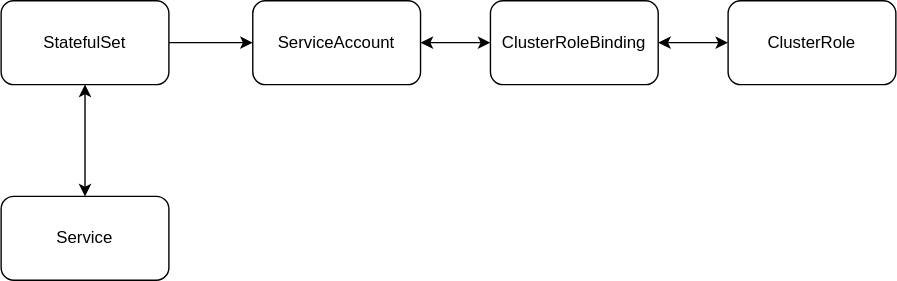
Earlier version of the draw.io export prometheus/diagram.drawio.svg (nakamasato/kubernetes-training). Source tidied: cells renumbered, new cells last; positions are measured from the earlier drawing's top-left corner, leaving out a move shared by most shapes. Source of this version:
```xml
<mxGraphModel>
  <root>
    <mxCell id="0" />
    <mxCell id="1" parent="0" />
    <mxCell id="2" style="edgeStyle=none;html=1;" parent="1" edge="1" source="4" target="6">
      <mxGeometry relative="1" as="geometry" />
    </mxCell>
    <mxCell id="3" style="edgeStyle=none;html=1;startArrow=classic;startFill=1;" parent="1" edge="1" source="4" target="10">
      <mxGeometry relative="1" as="geometry" />
    </mxCell>
    <mxCell id="4" value="StatefulSet" style="rounded=1;whiteSpace=wrap;html=1;" parent="1" vertex="1">
      <mxGeometry width="120" height="60" as="geometry" />
    </mxCell>
    <mxCell id="5" style="edgeStyle=none;html=1;startArrow=classic;startFill=1;" parent="1" edge="1" source="6" target="8">
      <mxGeometry relative="1" as="geometry" />
    </mxCell>
    <mxCell id="6" value="ServiceAccount" style="rounded=1;whiteSpace=wrap;html=1;" parent="1" vertex="1">
      <mxGeometry x="180" width="120" height="60" as="geometry" />
    </mxCell>
    <mxCell id="7" style="edgeStyle=none;html=1;startArrow=classic;startFill=1;" parent="1" edge="1" source="8" target="9">
      <mxGeometry relative="1" as="geometry" />
    </mxCell>
    <mxCell id="8" value="ClusterRoleBinding" style="rounded=1;whiteSpace=wrap;html=1;" parent="1" vertex="1">
      <mxGeometry x="350" width="120" height="60" as="geometry" />
    </mxCell>
    <mxCell id="9" value="ClusterRole" style="rounded=1;whiteSpace=wrap;html=1;" parent="1" vertex="1">
      <mxGeometry x="520" width="120" height="60" as="geometry" />
    </mxCell>
    <mxCell id="10" value="Service" style="rounded=1;whiteSpace=wrap;html=1;" parent="1" vertex="1">
      <mxGeometry y="140" width="120" height="60" as="geometry" />
    </mxCell>
  </root>
</mxGraphModel>
```
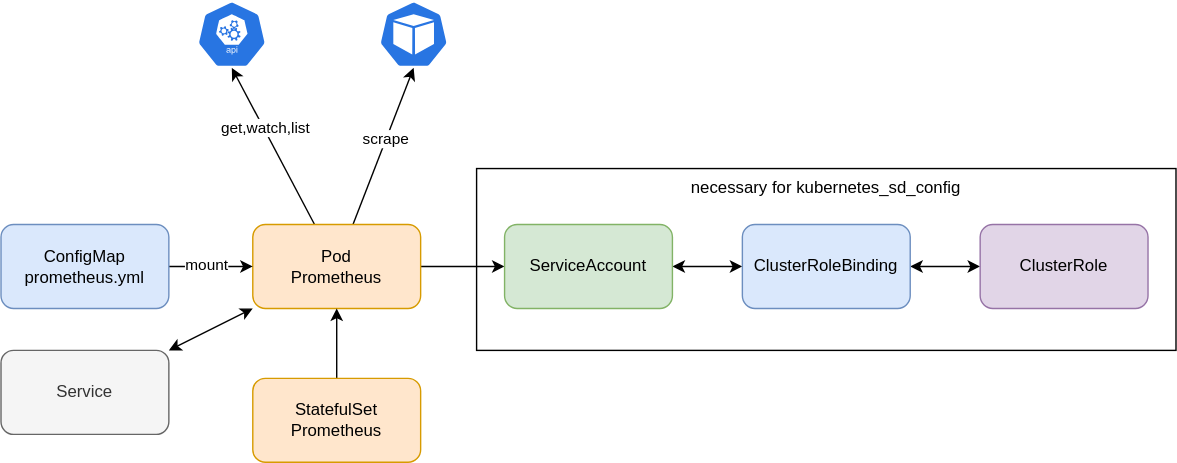
After the commit.

Change to the diagram source:
```diff
@@ -2,32 +2,68 @@
   <root>
     <mxCell id="0" />
     <mxCell id="1" parent="0" />
+    <mxCell id="11" value="necessary for kubernetes_sd_config" style="rounded=0;whiteSpace=wrap;html=1;verticalAlign=top;" parent="1" vertex="1">
+      <mxGeometry x="160" y="-40" width="500" height="130" as="geometry" />
+    </mxCell>
     <mxCell id="2" style="edgeStyle=none;html=1;" parent="1" edge="1" source="4" target="6">
       <mxGeometry relative="1" as="geometry" />
     </mxCell>
     <mxCell id="3" style="edgeStyle=none;html=1;startArrow=classic;startFill=1;" parent="1" edge="1" source="4" target="10">
       <mxGeometry relative="1" as="geometry" />
     </mxCell>
+    <mxCell id="12" style="edgeStyle=none;html=1;entryX=0.5;entryY=1;entryDx=0;entryDy=0;entryPerimeter=0;" parent="1" edge="1" source="4" target="19">
+      <mxGeometry relative="1" as="geometry" />
+    </mxCell>
+    <mxCell id="13" value="get,watch,list" style="edgeLabel;html=1;align=center;verticalAlign=middle;" parent="12" vertex="1">
+      <mxGeometry x="0.23" y="-1" relative="1" as="geometry" />
+    </mxCell>
+    <mxCell id="14" style="edgeStyle=none;html=1;entryX=0.5;entryY=1;entryDx=0;entryDy=0;entryPerimeter=0;" parent="1" edge="1" source="4" target="20">
+      <mxGeometry relative="1" as="geometry" />
+    </mxCell>
+    <mxCell id="15" value="scrape" style="edgeLabel;html=1;align=center;verticalAlign=middle;" parent="14" vertex="1">
+      <mxGeometry x="0.1" y="1" relative="1" as="geometry" />
+    </mxCell>
-    <mxCell id="4" value="StatefulSet" style="rounded=1;whiteSpace=wrap;html=1;" parent="1" vertex="1">
+    <mxCell id="4" value="Pod&lt;br&gt;Prometheus&amp;nbsp;" style="rounded=1;whiteSpace=wrap;html=1;fillColor=#ffe6cc;strokeColor=#d79b00;" parent="1" vertex="1">
       <mxGeometry width="120" height="60" as="geometry" />
     </mxCell>
     <mxCell id="5" style="edgeStyle=none;html=1;startArrow=classic;startFill=1;" parent="1" edge="1" source="6" target="8">
       <mxGeometry relative="1" as="geometry" />
     </mxCell>
-    <mxCell id="6" value="ServiceAccount" style="rounded=1;whiteSpace=wrap;html=1;" parent="1" vertex="1">
+    <mxCell id="6" value="ServiceAccount" style="rounded=1;whiteSpace=wrap;html=1;fillColor=#d5e8d4;strokeColor=#82b366;" parent="1" vertex="1">
       <mxGeometry x="180" width="120" height="60" as="geometry" />
     </mxCell>
     <mxCell id="7" style="edgeStyle=none;html=1;startArrow=classic;startFill=1;" parent="1" edge="1" source="8" target="9">
       <mxGeometry relative="1" as="geometry" />
     </mxCell>
-    <mxCell id="8" value="ClusterRoleBinding" style="rounded=1;whiteSpace=wrap;html=1;" parent="1" vertex="1">
+    <mxCell id="8" value="ClusterRoleBinding" style="rounded=1;whiteSpace=wrap;html=1;fillColor=#dae8fc;strokeColor=#6c8ebf;" parent="1" vertex="1">
       <mxGeometry x="350" width="120" height="60" as="geometry" />
     </mxCell>
-    <mxCell id="9" value="ClusterRole" style="rounded=1;whiteSpace=wrap;html=1;" parent="1" vertex="1">
+    <mxCell id="9" value="ClusterRole" style="rounded=1;whiteSpace=wrap;html=1;fillColor=#e1d5e7;strokeColor=#9673a6;" parent="1" vertex="1">
       <mxGeometry x="520" width="120" height="60" as="geometry" />
     </mxCell>
-    <mxCell id="10" value="Service" style="rounded=1;whiteSpace=wrap;html=1;" parent="1" vertex="1">
-      <mxGeometry y="140" width="120" height="60" as="geometry" />
+    <mxCell id="10" value="Service" style="rounded=1;whiteSpace=wrap;html=1;fillColor=#f5f5f5;fontColor=#333333;strokeColor=#666666;" parent="1" vertex="1">
+      <mxGeometry x="-180" y="90" width="120" height="60" as="geometry" />
     </mxCell>
+    <mxCell id="16" style="edgeStyle=none;html=1;" parent="1" edge="1" source="18" target="4">
+      <mxGeometry relative="1" as="geometry" />
+    </mxCell>
+    <mxCell id="17" value="mount" style="edgeLabel;html=1;align=center;verticalAlign=middle;" parent="16" vertex="1">
+      <mxGeometry x="-0.12" y="2" relative="1" as="geometry" />
+    </mxCell>
+    <mxCell id="18" value="ConfigMap&lt;br&gt;prometheus.yml" style="rounded=1;whiteSpace=wrap;html=1;fillColor=#dae8fc;strokeColor=#6c8ebf;" parent="1" vertex="1">
+      <mxGeometry x="-180" width="120" height="60" as="geometry" />
+    </mxCell>
+    <mxCell id="19" style="sketch=0;html=1;dashed=0;whitespace=wrap;fillColor=#2875E2;strokeColor=#ffffff;points=[[0.005,0.63,0],[0.1,0.2,0],[0.9,0.2,0],[0.5,0,0],[0.995,0.63,0],[0.72,0.99,0],[0.5,1,0],[0.28,0.99,0]];shape=mxgraph.kubernetes.icon;prIcon=api;" parent="1" vertex="1">
+      <mxGeometry x="-40" y="-160" width="50" height="48" as="geometry" />
+    </mxCell>
+    <mxCell id="20" style="sketch=0;html=1;dashed=0;whitespace=wrap;fillColor=#2875E2;strokeColor=#ffffff;points=[[0.005,0.63,0],[0.1,0.2,0],[0.9,0.2,0],[0.5,0,0],[0.995,0.63,0],[0.72,0.99,0],[0.5,1,0],[0.28,0.99,0]];shape=mxgraph.kubernetes.icon;prIcon=pod;" parent="1" vertex="1">
+      <mxGeometry x="90" y="-160" width="50" height="48" as="geometry" />
+    </mxCell>
+    <mxCell id="21" style="edgeStyle=none;html=1;" parent="1" edge="1" source="22" target="4">
+      <mxGeometry relative="1" as="geometry" />
+    </mxCell>
+    <mxCell id="22" value="StatefulSet&lt;br&gt;Prometheus&amp;nbsp;" style="rounded=1;whiteSpace=wrap;html=1;fillColor=#ffe6cc;strokeColor=#d79b00;" parent="1" vertex="1">
+      <mxGeometry y="110" width="120" height="60" as="geometry" />
+    </mxCell>
   </root>
 </mxGraphModel>
```
